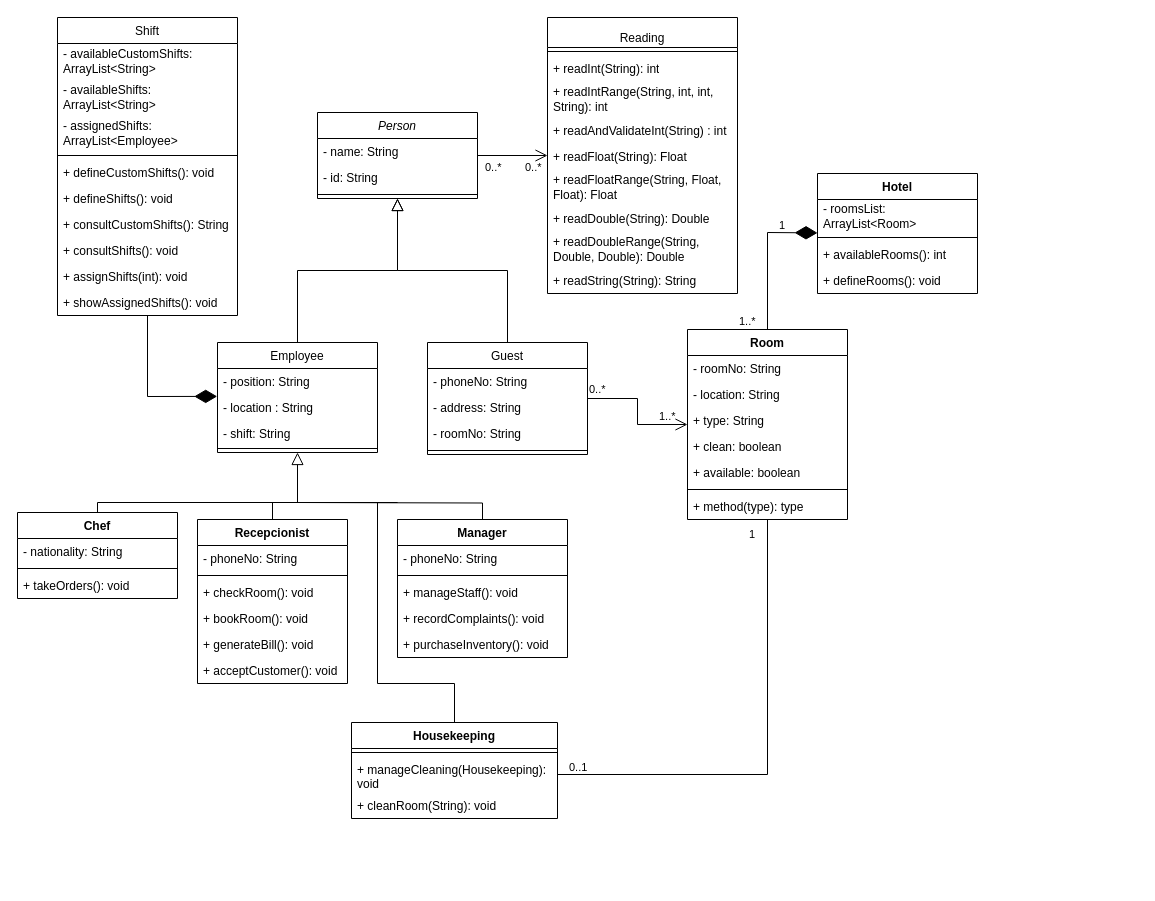
Before: files/HotelFollowers.drawio in mesasg/HotelTecnicas, a draw.io diagram. Source tidied: cells renumbered, new cells numbered last; positions are measured from the earlier drawing's top-left corner, leaving out a move shared by most shapes. Both pictures are drawn from the tidied source at 100%, with x=0, y=0 at pixel (17, 17).
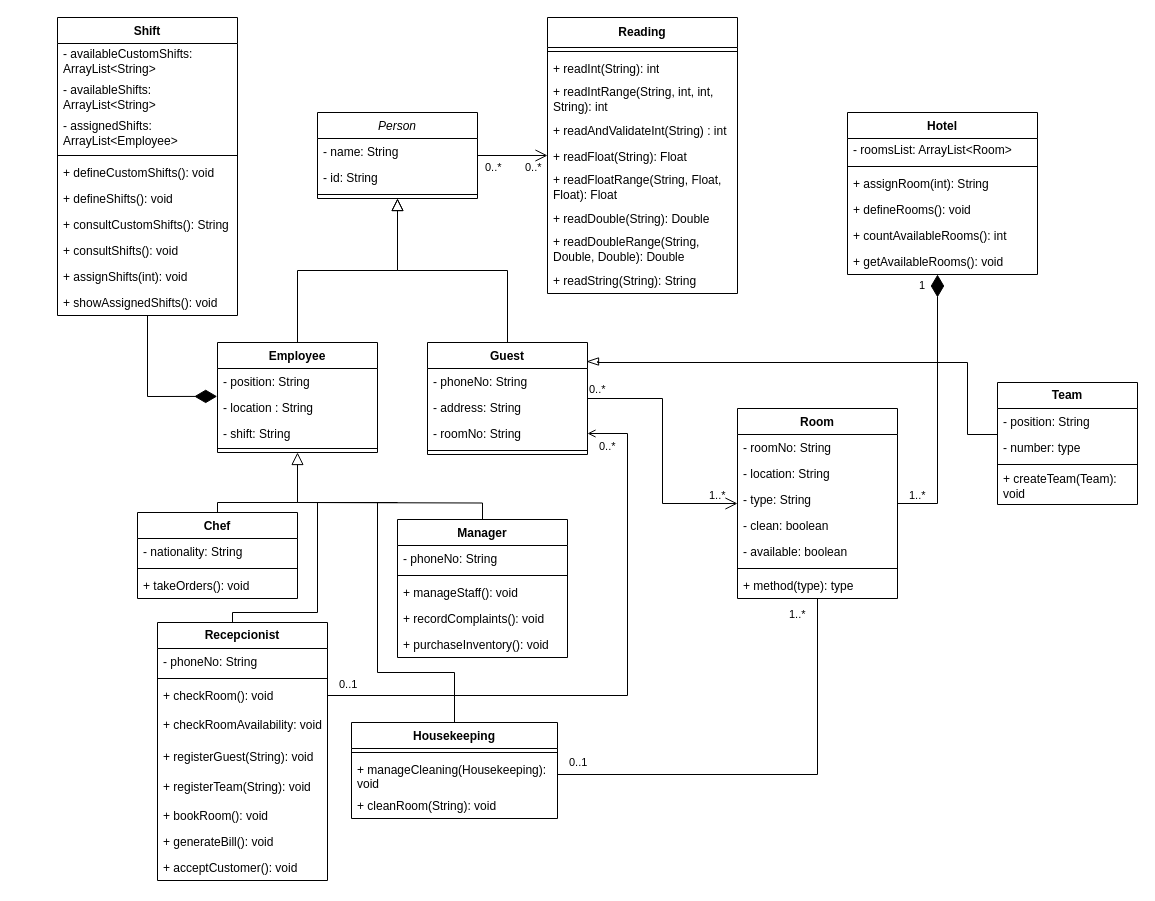
Above is the later version.

Commit message (it also covers changes not shown here):
Actualizado diagrama UML, correcciones menores

Unchanged cells that the change refers to:
```xml
<mxCell id="17" value="- roomNo: String" style="text;strokeColor=none;fillColor=none;align=left;verticalAlign=top;spacingLeft=4;spacingRight=4;overflow=hidden;points=[[0,0.5],[1,0.5]];portConstraint=eastwest;whiteSpace=wrap;html=1;" parent="14" vertex="1">
  <mxGeometry y="78" width="160" height="26" as="geometry" />
</mxCell>
<mxCell id="47" value="Housekeeping" style="swimlane;fontStyle=1;align=center;verticalAlign=top;horizontal=1;startSize=26;whiteSpace=wrap;html=1;" parent="1" vertex="1">
  <mxGeometry x="334" y="705" width="206" height="96" as="geometry" />
</mxCell>
```

The edit, as a diff of the source:
```diff
@@
-    <mxCell id="7" value="Employee" style="swimlane;fontStyle=0;align=center;verticalAlign=top;horizontal=1;startSize=26;rounded=0;shadow=0;strokeWidth=1;" parent="1" vertex="1">
+    <mxCell id="7" value="Employee" style="swimlane;fontStyle=1;align=center;verticalAlign=top;horizontal=1;startSize=26;rounded=0;shadow=0;strokeWidth=1;" parent="1" vertex="1">
       <mxGeometry x="200" y="325" width="160" height="110" as="geometry" />
     </mxCell>
@@
-    <mxCell id="14" value="Guest" style="swimlane;fontStyle=0;align=center;verticalAlign=top;horizontal=1;startSize=26;rounded=0;shadow=0;strokeWidth=1;" parent="1" vertex="1">
+    <mxCell id="14" value="Guest" style="swimlane;fontStyle=1;align=center;verticalAlign=top;horizontal=1;startSize=26;rounded=0;shadow=0;strokeWidth=1;" parent="1" vertex="1">
       <mxGeometry x="410" y="325" width="160" height="112" as="geometry" />
     </mxCell>
@@
-    <mxCell id="20" value="Shift" style="swimlane;fontStyle=0;align=center;verticalAlign=top;horizontal=1;startSize=26;rounded=0;shadow=0;strokeWidth=1;" parent="1" vertex="1">
+    <mxCell id="20" value="Shift" style="swimlane;fontStyle=1;align=center;verticalAlign=top;horizontal=1;startSize=26;rounded=0;shadow=0;strokeWidth=1;" parent="1" vertex="1">
       <mxGeometry x="40" width="180" height="298" as="geometry" />
     </mxCell>
@@
-    <mxCell id="31" value="Reading" style="swimlane;fontStyle=0;horizontal=1;startSize=30;fillColor=none;whiteSpace=wrap;html=1;verticalAlign=bottom;" parent="1" vertex="1">
+    <mxCell id="31" value="&lt;b&gt;Reading&lt;/b&gt;" style="swimlane;fontStyle=0;horizontal=1;startSize=30;fillColor=none;whiteSpace=wrap;html=1;verticalAlign=middle;" parent="1" vertex="1">
       <mxGeometry x="530" width="190" height="276" as="geometry" />
     </mxCell>
@@
     <mxCell id="42" style="edgeStyle=orthogonalEdgeStyle;rounded=0;jettySize=auto;html=1;endArrow=none;endFill=0;exitX=0.5;exitY=0;exitDx=0;exitDy=0;" parent="1" edge="1" source="43">
       <mxGeometry relative="1" as="geometry">
         <mxPoint x="280" y="485" as="targetPoint" />
         <Array as="points">
-          <mxPoint x="80" y="485" />
+          <mxPoint x="200" y="485" />
         </Array>
       </mxGeometry>
     </mxCell>
     <mxCell id="43" value="Chef" style="swimlane;fontStyle=1;align=center;verticalAlign=top;horizontal=1;startSize=26;whiteSpace=wrap;html=1;" parent="1" vertex="1">
-      <mxGeometry y="495" width="160" height="86" as="geometry" />
+      <mxGeometry x="120" y="495" width="160" height="86" as="geometry" />
     </mxCell>
@@
     <mxCell id="57" style="endArrow=none;html=1;edgeStyle=orthogonalEdgeStyle;rounded=0;entryX=0.5;entryY=0;entryDx=0;entryDy=0;exitX=0.5;exitY=1;exitDx=0;exitDy=0;startArrow=block;startFill=0;endSize=0;jumpSize=6;startSize=10;" parent="1" edge="1" source="7" target="47">
       <mxGeometry relative="1" as="geometry">
         <Array as="points">
           <mxPoint x="280" y="485" />
           <mxPoint x="360" y="485" />
-          <mxPoint x="360" y="666" />
+          <mxPoint x="360" y="655" />
+          <mxPoint x="437" y="655" />
         </Array>
       </mxGeometry>
     </mxCell>
@@
     <mxCell id="59" style="edgeStyle=orthogonalEdgeStyle;rounded=0;jettySize=auto;html=1;exitX=0.5;exitY=0;exitDx=0;exitDy=0;endArrow=none;endFill=0;" parent="1" edge="1" source="60">
       <mxGeometry relative="1" as="geometry">
         <mxPoint x="380.1" y="485" as="targetPoint" />
         <Array as="points">
-          <mxPoint x="255" y="485" />
+          <mxPoint x="215" y="605" />
+          <mxPoint x="215" y="595" />
+          <mxPoint x="300" y="595" />
+          <mxPoint x="300" y="485" />
         </Array>
       </mxGeometry>
     </mxCell>
-    <mxCell id="60" value="Recepcionist" style="swimlane;fontStyle=1;align=center;verticalAlign=top;horizontal=1;startSize=26;whiteSpace=wrap;html=1;" parent="1" vertex="1">
-      <mxGeometry x="180" y="502" width="150" height="164" as="geometry" />
+    <mxCell id="60" value="Recepcionist" style="swimlane;fontStyle=1;align=center;verticalAlign=middle;horizontal=1;startSize=26;whiteSpace=wrap;html=1;" parent="1" vertex="1">
+      <mxGeometry x="140" y="605" width="170" height="258" as="geometry" />
     </mxCell>
     <mxCell id="61" value="- phoneNo: String" style="text;strokeColor=none;fillColor=none;align=left;verticalAlign=top;spacingLeft=4;spacingRight=4;overflow=hidden;whiteSpace=wrap;html=1;" parent="60" vertex="1">
-      <mxGeometry y="26" width="150" height="26" as="geometry" />
+      <mxGeometry y="26" width="170" height="26" as="geometry" />
     </mxCell>
     <mxCell id="62" style="line;strokeWidth=1;fillColor=none;align=left;verticalAlign=middle;spacingTop=-1;spacingLeft=3;spacingRight=3;labelPosition=right;strokeColor=inherit;" parent="60" vertex="1">
-      <mxGeometry y="52" width="150" height="8" as="geometry" />
+      <mxGeometry y="52" width="170" height="8" as="geometry" />
     </mxCell>
     <mxCell id="63" value="+ checkRoom(): void" style="text;strokeColor=none;fillColor=none;align=left;verticalAlign=top;spacingLeft=4;spacingRight=4;overflow=hidden;points=[[0,0.5],[1,0.5]];portConstraint=eastwest;whiteSpace=wrap;html=1;" parent="60" vertex="1">
-      <mxGeometry y="60" width="150" height="26" as="geometry" />
+      <mxGeometry y="60" width="170" height="26" as="geometry" />
     </mxCell>
+    <mxCell id="90" value="+ checkRoomAvailability: void" style="text;strokeColor=none;fillColor=none;align=left;verticalAlign=middle;spacingLeft=4;spacingRight=4;overflow=hidden;whiteSpace=wrap;html=1;" parent="60" vertex="1">
+      <mxGeometry y="86" width="170" height="34" as="geometry" />
+    </mxCell>
+    <mxCell id="91" value="+ registerGuest(String): void" style="text;strokeColor=none;fillColor=none;align=left;verticalAlign=middle;spacingLeft=4;spacingRight=4;overflow=hidden;whiteSpace=wrap;html=1;" parent="60" vertex="1">
+      <mxGeometry y="120" width="170" height="30" as="geometry" />
+    </mxCell>
+    <mxCell id="92" value="+ registerTeam(String): void" style="text;strokeColor=none;fillColor=none;align=left;verticalAlign=middle;spacingLeft=4;spacingRight=4;overflow=hidden;whiteSpace=wrap;html=1;" parent="60" vertex="1">
+      <mxGeometry y="150" width="170" height="30" as="geometry" />
+    </mxCell>
     <mxCell id="64" value="+ bookRoom(): void" style="text;strokeColor=none;fillColor=none;align=left;verticalAlign=top;spacingLeft=4;spacingRight=4;overflow=hidden;whiteSpace=wrap;html=1;" parent="60" vertex="1">
-      <mxGeometry y="86" width="150" height="26" as="geometry" />
+      <mxGeometry y="180" width="170" height="26" as="geometry" />
     </mxCell>
     <mxCell id="65" value="+ generateBill(): void" style="text;strokeColor=none;fillColor=none;align=left;verticalAlign=top;spacingLeft=4;spacingRight=4;overflow=hidden;whiteSpace=wrap;html=1;" parent="60" vertex="1">
-      <mxGeometry y="112" width="150" height="26" as="geometry" />
+      <mxGeometry y="206" width="170" height="26" as="geometry" />
     </mxCell>
     <mxCell id="66" value="+ acceptCustomer(): void" style="text;strokeColor=none;fillColor=none;align=left;verticalAlign=top;spacingLeft=4;spacingRight=4;overflow=hidden;whiteSpace=wrap;html=1;" parent="60" vertex="1">
-      <mxGeometry y="138" width="150" height="26" as="geometry" />
+      <mxGeometry y="232" width="170" height="26" as="geometry" />
     </mxCell>
+    <mxCell id="80" style="edgeStyle=orthogonalEdgeStyle;rounded=0;jettySize=auto;html=1;startSize=0;endSize=20;endArrow=diamondThin;endFill=1;" parent="1" edge="1" source="67" target="75">
+      <mxGeometry relative="1" as="geometry">
+        <Array as="points">
+          <mxPoint x="920" y="486" />
+        </Array>
+      </mxGeometry>
+    </mxCell>
     <mxCell id="67" value="Room" style="swimlane;fontStyle=1;align=center;verticalAlign=top;horizontal=1;startSize=26;whiteSpace=wrap;html=1;" parent="1" vertex="1">
-      <mxGeometry x="670" y="312" width="160" height="190" as="geometry" />
+      <mxGeometry x="720" y="391" width="160" height="190" as="geometry" />
     </mxCell>
@@
-    <mxCell id="70" value="+ type: String" style="text;strokeColor=none;fillColor=none;align=left;verticalAlign=top;spacingLeft=4;spacingRight=4;overflow=hidden;whiteSpace=wrap;html=1;" parent="67" vertex="1">
+    <mxCell id="70" value="- type: String" style="text;strokeColor=none;fillColor=none;align=left;verticalAlign=top;spacingLeft=4;spacingRight=4;overflow=hidden;whiteSpace=wrap;html=1;" parent="67" vertex="1">
       <mxGeometry y="78" width="160" height="26" as="geometry" />
     </mxCell>
-    <mxCell id="71" value="+ clean: boolean" style="text;strokeColor=none;fillColor=none;align=left;verticalAlign=top;spacingLeft=4;spacingRight=4;overflow=hidden;whiteSpace=wrap;html=1;" parent="67" vertex="1">
+    <mxCell id="71" value="- clean: boolean" style="text;strokeColor=none;fillColor=none;align=left;verticalAlign=top;spacingLeft=4;spacingRight=4;overflow=hidden;whiteSpace=wrap;html=1;" parent="67" vertex="1">
       <mxGeometry y="104" width="160" height="26" as="geometry" />
     </mxCell>
-    <mxCell id="72" value="+ available: boolean" style="text;strokeColor=none;fillColor=none;align=left;verticalAlign=top;spacingLeft=4;spacingRight=4;overflow=hidden;whiteSpace=wrap;html=1;" parent="67" vertex="1">
+    <mxCell id="72" value="- available: boolean" style="text;strokeColor=none;fillColor=none;align=left;verticalAlign=top;spacingLeft=4;spacingRight=4;overflow=hidden;whiteSpace=wrap;html=1;" parent="67" vertex="1">
       <mxGeometry y="130" width="160" height="26" as="geometry" />
     </mxCell>
@@
     <mxCell id="75" value="Hotel" style="swimlane;fontStyle=1;align=center;verticalAlign=top;horizontal=1;startSize=26;whiteSpace=wrap;html=1;" parent="1" vertex="1">
-      <mxGeometry x="800" y="156" width="160" height="120" as="geometry" />
+      <mxGeometry x="830" y="95" width="190" height="162" as="geometry" />
     </mxCell>
     <mxCell id="76" value="- roomsList: ArrayList&amp;lt;Room&amp;gt;&amp;nbsp;" style="text;strokeColor=none;fillColor=none;align=left;verticalAlign=middle;spacingLeft=4;spacingRight=4;overflow=hidden;whiteSpace=wrap;html=1;" parent="75" vertex="1">
-      <mxGeometry y="26" width="160" height="34" as="geometry" />
+      <mxGeometry y="26" width="190" height="24" as="geometry" />
     </mxCell>
     <mxCell id="77" style="line;strokeWidth=1;fillColor=none;align=left;verticalAlign=middle;spacingTop=-1;spacingLeft=3;spacingRight=3;labelPosition=right;strokeColor=inherit;" parent="75" vertex="1">
-      <mxGeometry y="60" width="160" height="8" as="geometry" />
+      <mxGeometry y="50" width="190" height="8" as="geometry" />
     </mxCell>
+    <mxCell id="93" value="+ assignRoom(int): String" style="text;strokeColor=none;fillColor=none;align=left;verticalAlign=top;spacingLeft=4;spacingRight=4;overflow=hidden;whiteSpace=wrap;html=1;" parent="75" vertex="1">
+      <mxGeometry y="58" width="190" height="26" as="geometry" />
+    </mxCell>
+    <mxCell id="79" value="+ defineRooms(): void" style="text;strokeColor=none;fillColor=none;align=left;verticalAlign=top;spacingLeft=4;spacingRight=4;overflow=hidden;whiteSpace=wrap;html=1;" parent="75" vertex="1">
+      <mxGeometry y="84" width="190" height="26" as="geometry" />
+    </mxCell>
-    <mxCell id="78" value="+ availableRooms(): int" style="text;strokeColor=none;fillColor=none;align=left;verticalAlign=top;spacingLeft=4;spacingRight=4;overflow=hidden;whiteSpace=wrap;html=1;" parent="75" vertex="1">
-      <mxGeometry y="68" width="160" height="26" as="geometry" />
+    <mxCell id="78" value="+ countAvailableRooms(): int" style="text;strokeColor=none;fillColor=none;align=left;verticalAlign=top;spacingLeft=4;spacingRight=4;overflow=hidden;whiteSpace=wrap;html=1;" parent="75" vertex="1">
+      <mxGeometry y="110" width="190" height="26" as="geometry" />
     </mxCell>
-    <mxCell id="79" value="+ defineRooms(): void" style="text;strokeColor=none;fillColor=none;align=left;verticalAlign=top;spacingLeft=4;spacingRight=4;overflow=hidden;whiteSpace=wrap;html=1;" parent="75" vertex="1">
-      <mxGeometry y="94" width="160" height="26" as="geometry" />
-    </mxCell>
-    <mxCell id="80" style="endArrow=diamondThin;endFill=1;endSize=20;html=1;rounded=0;exitX=0.5;exitY=0;exitDx=0;exitDy=0;" parent="1" edge="1" source="67" target="75">
-      <mxGeometry relative="1" as="geometry">
-        <Array as="points">
-          <mxPoint x="750" y="215" />
-        </Array>
-      </mxGeometry>
-    </mxCell>
+    <mxCell id="94" value="+ getAvailableRooms(): void" style="text;strokeColor=none;fillColor=none;align=left;verticalAlign=top;spacingLeft=4;spacingRight=4;overflow=hidden;whiteSpace=wrap;html=1;" parent="75" vertex="1">
+      <mxGeometry y="136" width="190" height="26" as="geometry" />
+    </mxCell>
     <mxCell id="81" value="1" style="edgeLabel;html=1;align=left;verticalAlign=bottom;labelBackgroundColor=none;" parent="1" vertex="1">
-      <mxGeometry x="760" y="216" as="geometry" />
+      <mxGeometry x="900" y="276" as="geometry" />
     </mxCell>
     <mxCell id="82" value="1..*" style="edgeLabel;html=1;align=left;verticalAlign=bottom;labelBackgroundColor=none;" parent="1" vertex="1">
-      <mxGeometry x="720" y="312" as="geometry" />
+      <mxGeometry x="890" y="486" as="geometry" />
     </mxCell>
@@
     <mxCell id="85" value="1..*" style="edgeLabel;html=1;align=left;verticalAlign=bottom;labelBackgroundColor=none;" parent="1" vertex="1">
-      <mxGeometry x="640" y="407" as="geometry" />
+      <mxGeometry x="690" y="486" as="geometry" />
     </mxCell>
     <mxCell id="86" value="0..1" style="edgeLabel;html=1;align=left;verticalAlign=bottom;labelBackgroundColor=none;" parent="1" vertex="1">
-      <mxGeometry x="550" y="758" as="geometry" />
+      <mxGeometry x="550" y="753" as="geometry" />
     </mxCell>
-    <mxCell id="87" value="1" style="edgeLabel;html=1;align=left;verticalAlign=bottom;labelBackgroundColor=none;" parent="1" vertex="1">
-      <mxGeometry x="730" y="525" as="geometry" />
+    <mxCell id="87" value="1..*" style="edgeLabel;html=1;align=left;verticalAlign=bottom;labelBackgroundColor=none;" parent="1" vertex="1">
+      <mxGeometry x="770" y="605" as="geometry" />
     </mxCell>
@@
+    <mxCell id="95" style="edgeStyle=orthogonalEdgeStyle;rounded=0;jettySize=auto;html=1;entryX=1;entryY=0.5;entryDx=0;entryDy=0;endArrow=open;endFill=0;" parent="1" edge="1" source="63" target="17">
+      <mxGeometry relative="1" as="geometry">
+        <Array as="points">
+          <mxPoint x="610" y="678" />
+          <mxPoint x="610" y="416" />
+        </Array>
+      </mxGeometry>
+    </mxCell>
+    <mxCell id="96" value="0..*" style="edgeLabel;html=1;align=left;verticalAlign=bottom;labelBackgroundColor=none;" parent="1" vertex="1">
+      <mxGeometry x="580" y="437" as="geometry" />
+    </mxCell>
+    <mxCell id="97" value="0..1" style="edgeLabel;html=1;align=left;verticalAlign=bottom;labelBackgroundColor=none;" parent="1" vertex="1">
+      <mxGeometry x="320" y="675" as="geometry" />
+    </mxCell>
+    <mxCell id="98" style="edgeStyle=orthogonalEdgeStyle;rounded=0;jettySize=auto;html=1;entryX=0.994;entryY=0.17;entryDx=0;entryDy=0;endArrow=blockThin;endFill=0;endSize=10;entryPerimeter=0;" parent="1" edge="1" source="99" target="14">
+      <mxGeometry relative="1" as="geometry">
+        <Array as="points">
+          <mxPoint x="950" y="417" />
+          <mxPoint x="950" y="345" />
+          <mxPoint x="580" y="345" />
+        </Array>
+      </mxGeometry>
+    </mxCell>
+    <mxCell id="99" value="&lt;b&gt;Team&lt;/b&gt;" style="swimlane;fontStyle=0;horizontal=1;startSize=26;fillColor=none;whiteSpace=wrap;html=1;" parent="1" vertex="1">
+      <mxGeometry x="980" y="365" width="140" height="122" as="geometry" />
+    </mxCell>
+    <mxCell id="100" value="- position: String" style="text;strokeColor=none;fillColor=none;align=left;verticalAlign=top;spacingLeft=4;spacingRight=4;overflow=hidden;whiteSpace=wrap;html=1;" parent="99" vertex="1">
+      <mxGeometry y="26" width="140" height="26" as="geometry" />
+    </mxCell>
+    <mxCell id="101" value="- number: type" style="text;strokeColor=none;fillColor=none;align=left;verticalAlign=top;spacingLeft=4;spacingRight=4;overflow=hidden;whiteSpace=wrap;html=1;" parent="99" vertex="1">
+      <mxGeometry y="52" width="140" height="26" as="geometry" />
+    </mxCell>
+    <mxCell id="102" style="line;strokeWidth=1;fillColor=none;align=left;verticalAlign=middle;spacingTop=-1;spacingLeft=3;spacingRight=3;labelPosition=right;strokeColor=inherit;" parent="99" vertex="1">
+      <mxGeometry y="78" width="140" height="8" as="geometry" />
+    </mxCell>
+    <mxCell id="103" value="+ createTeam(Team): void" style="text;strokeColor=none;fillColor=none;align=left;verticalAlign=middle;spacingLeft=4;spacingRight=4;overflow=hidden;whiteSpace=wrap;html=1;" parent="99" vertex="1">
+      <mxGeometry y="86" width="140" height="36" as="geometry" />
+    </mxCell>
```
